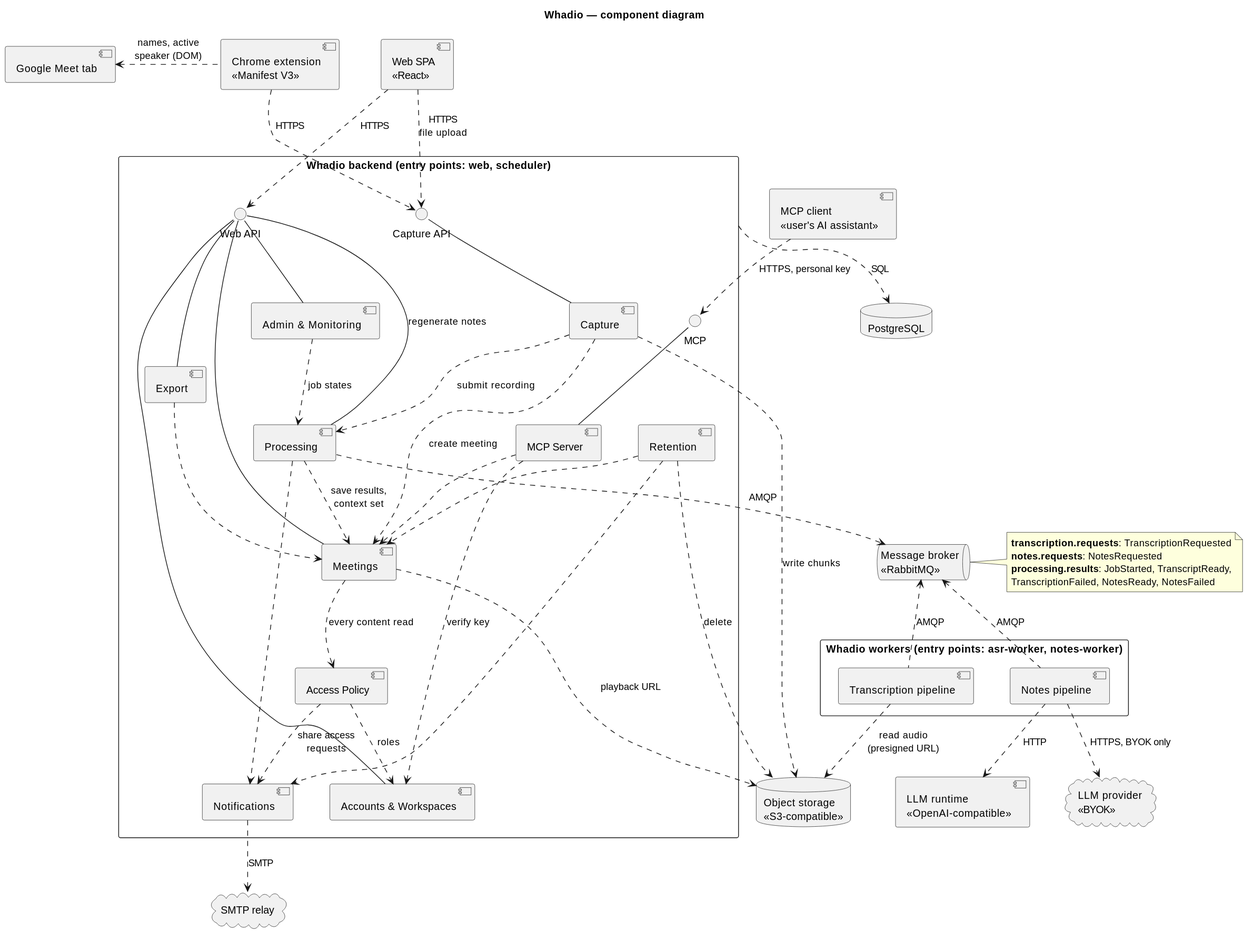
ukma-fin-ssdm-2026/Whadio keeps this PlantUML diagram as docs/architecture/uml/component-diagram.svg. Above is the earlier version.
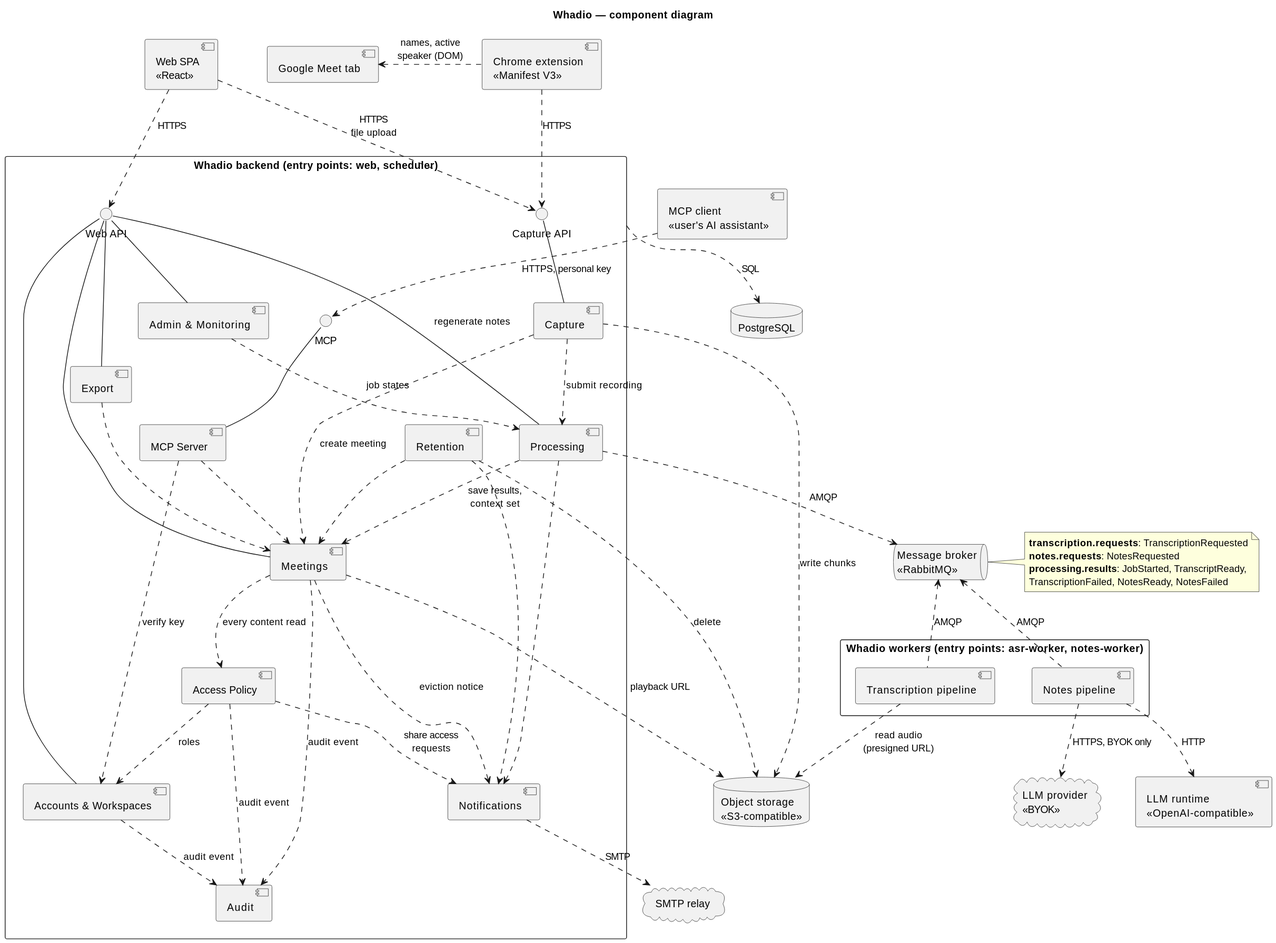
After the change.

Commit message:
docs(#27): add the Audit module and assign the meeting cap to Meetings

The edit, as a diff of the source:
```diff
@@ -29,6 +29,7 @@
 
   component "Access Policy" as access
   component "Accounts & Workspaces" as accounts
+  component "Audit" as audit
 }
 
 queue "Message broker\n<<RabbitMQ>>" as mq
@@ -78,6 +79,11 @@
 access ..> notifications : share access\nrequests
 meetings ..> access : every content read
 access ..> accounts : roles
+meetings ..> notifications : eviction notice
+
+meetings ..> audit : audit event
+access ..> audit : audit event
+accounts ..> audit : audit event
 
 processing ..> mq : AMQP
 mq <.. asr : AMQP
```
